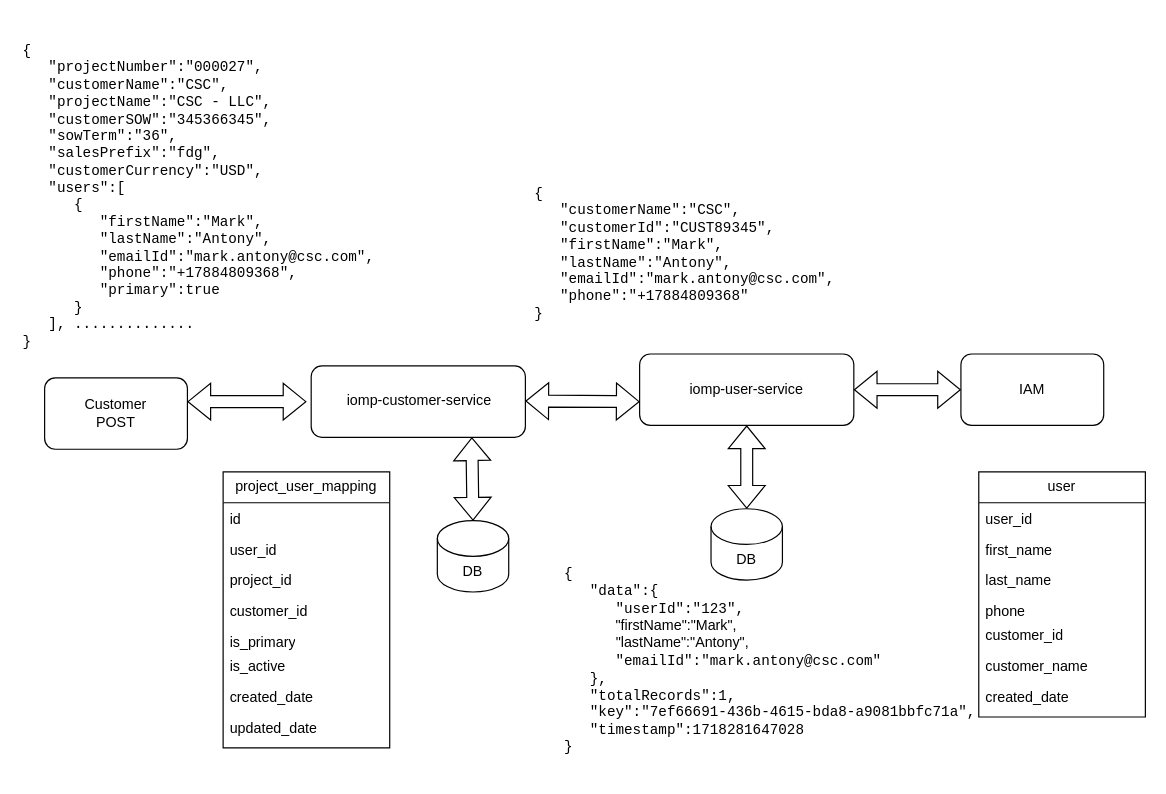
Above: create new contact for customer account.drawio in wesco-chandanabuduru/common-entities (draw.io), before the change. Source tidied: cells renumbered, new cells numbered last; positions are measured from the earlier drawing's top-left corner, leaving out a move shared by most shapes. Both pictures are drawn from the tidied source at 119%, with x=0, y=0 at pixel (20, 20).
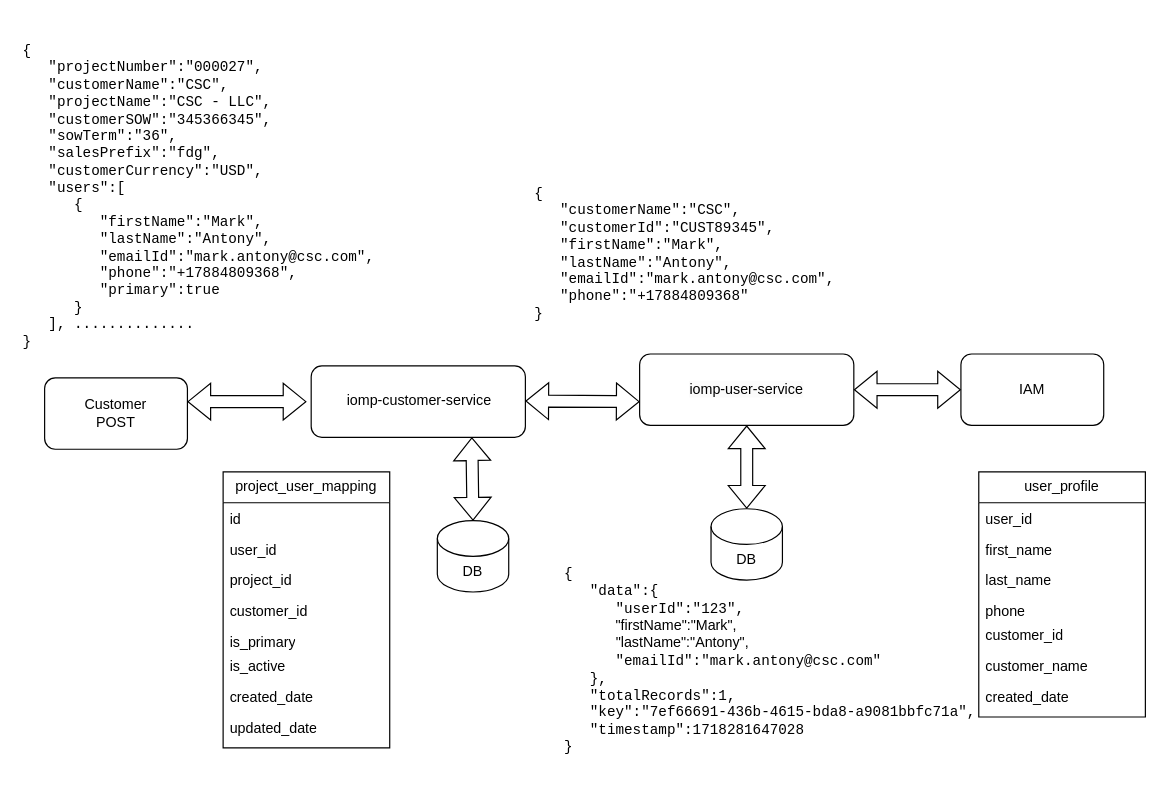
Above is the later version.

The edit, as a diff of the source:
```diff
@@
-    <mxCell id="17" value="user" style="swimlane;fontStyle=0;horizontal=1;startSize=26;fillColor=none;whiteSpace=wrap;html=1;" parent="1" vertex="1">
+    <mxCell id="17" value="user_profile" style="swimlane;fontStyle=0;horizontal=1;startSize=26;fillColor=none;whiteSpace=wrap;html=1;" parent="1" vertex="1">
       <mxGeometry x="805" y="379" width="140" height="206" as="geometry" />
     </mxCell>
```
